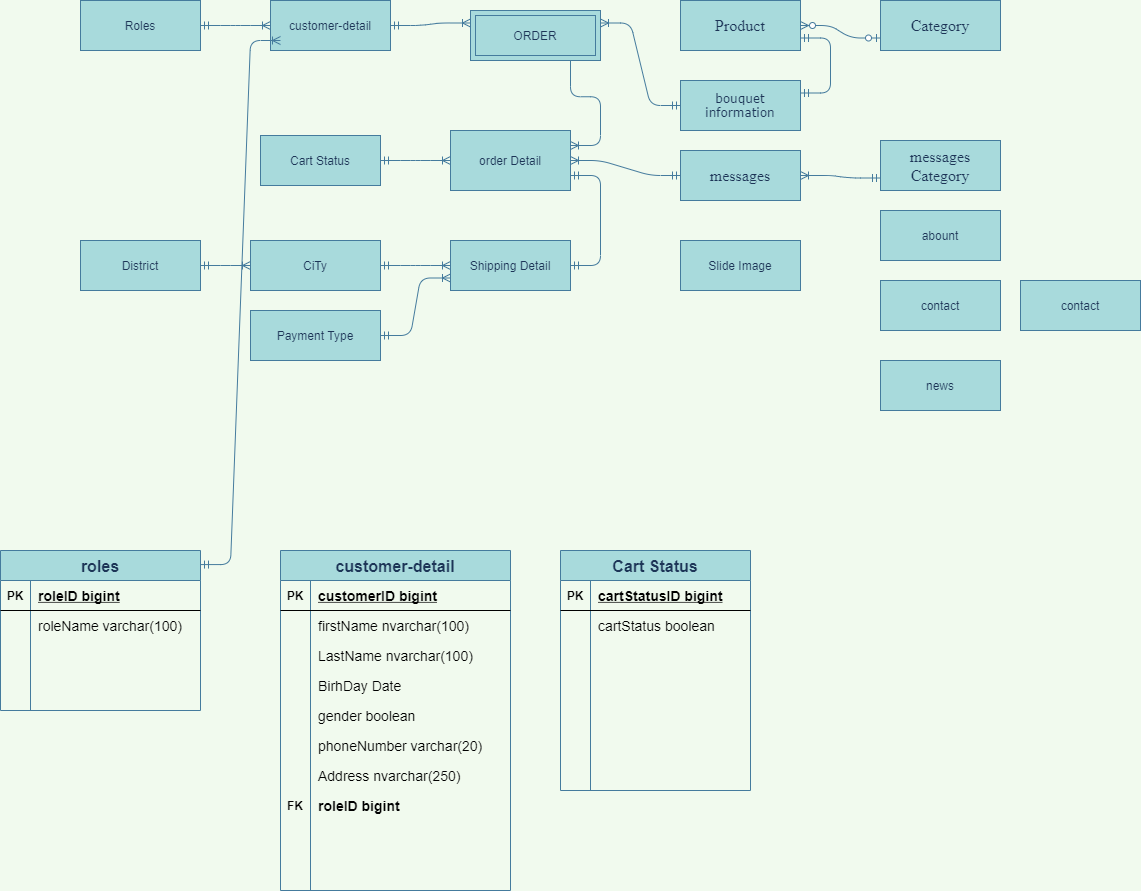
Earlier version of the draw.io export Untitled Diagram.png (maialino123/Eproject-SEM3). Source tidied: cells renumbered, new cells last; positions are measured from the earlier drawing's top-left corner, leaving out a move shared by most shapes.
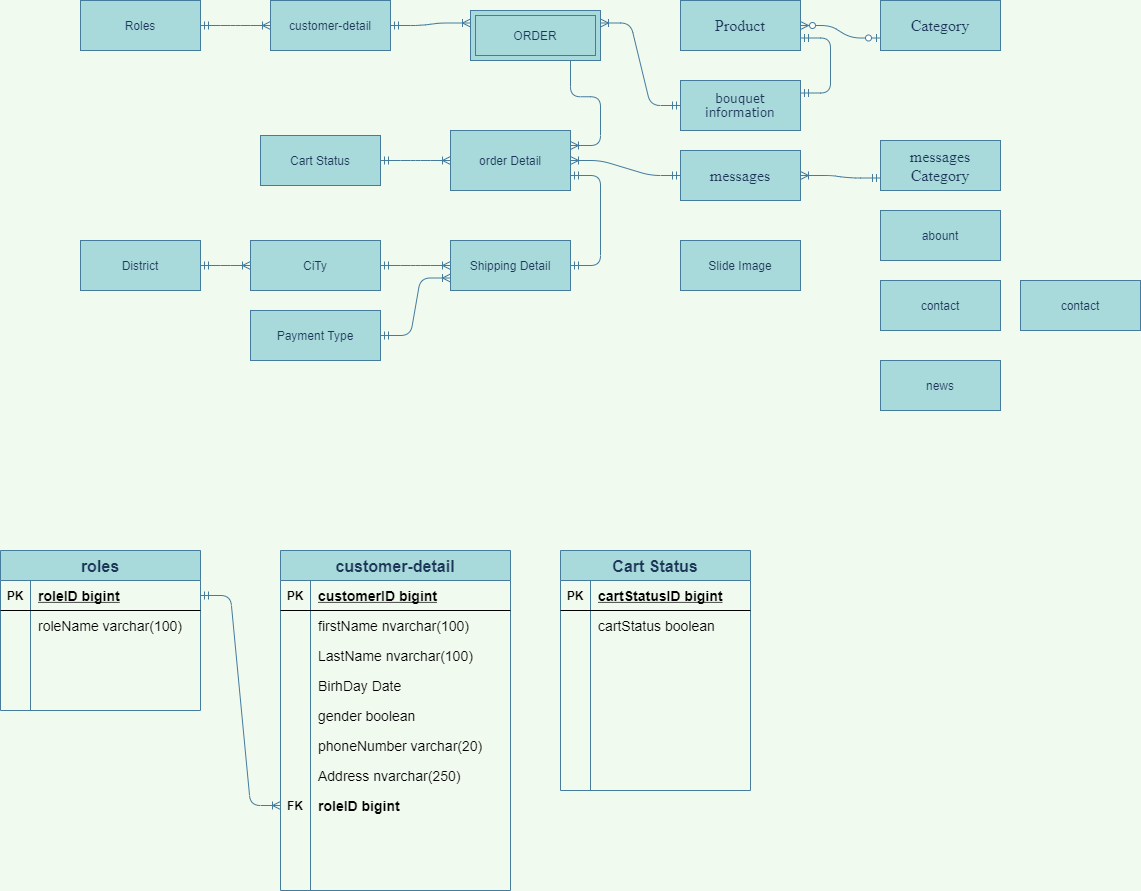
Above is the later version.

Diff of the diagram source:
```diff
@@ -278,10 +278,8 @@
     <mxCell id="93" style="shape=partialRectangle;fillColor=none;top=0;left=0;bottom=0;right=0;align=left;spacingLeft=6;overflow=hidden;" parent="91" vertex="1">
       <mxGeometry x="30" width="160" height="30" as="geometry" />
     </mxCell>
-    <mxCell id="94" style="edgeStyle=entityRelationEdgeStyle;fontSize=12;html=1;endArrow=ERoneToMany;startArrow=ERmandOne;fontColor=#1D3557;strokeColor=#457B9D;fillColor=#A8DADC;labelBackgroundColor=#F1FAEE;exitX=1;exitY=0.088;exitDx=0;exitDy=0;exitPerimeter=0;" parent="1" edge="1" source="34">
-      <mxGeometry relative="1" as="geometry">
-        <mxPoint x="280" y="40" as="targetPoint" />
-      </mxGeometry>
+    <mxCell id="94" style="edgeStyle=entityRelationEdgeStyle;fontSize=12;html=1;endArrow=ERoneToMany;startArrow=ERmandOne;fontColor=#1D3557;strokeColor=#457B9D;fillColor=#A8DADC;labelBackgroundColor=#F1FAEE;exitX=1;exitY=0.5;exitDx=0;exitDy=0;entryX=0;entryY=0.5;entryDx=0;entryDy=0;" parent="1" edge="1" source="35" target="69">
+      <mxGeometry relative="1" as="geometry" />
     </mxCell>
   </root>
 </mxGraphModel>
```
